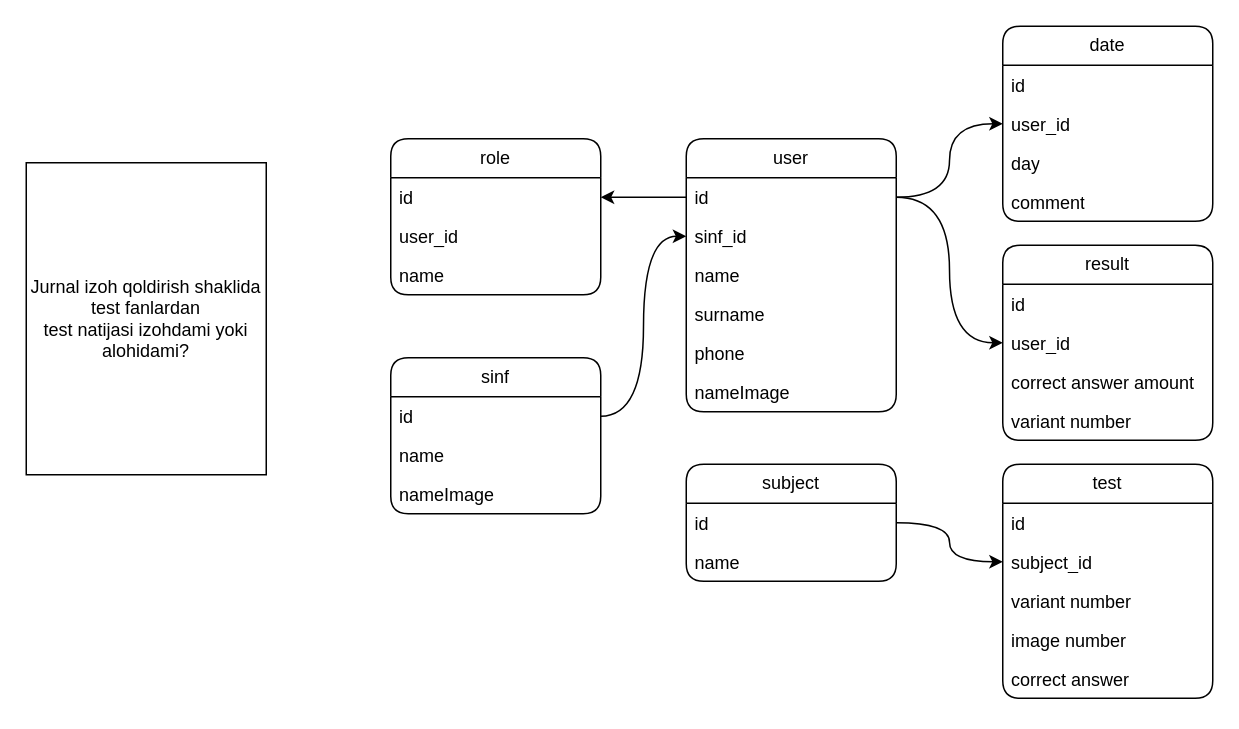
Above: Ixlos.drawio in MardonAslonov/DrawIo (draw.io), before the change. Source tidied: cells renumbered, new cells numbered last; positions are measured from the earlier drawing's top-left corner, leaving out a move shared by most shapes. Both pictures are drawn from the tidied source at 150%, with x=0, y=0 at pixel (26, 26).
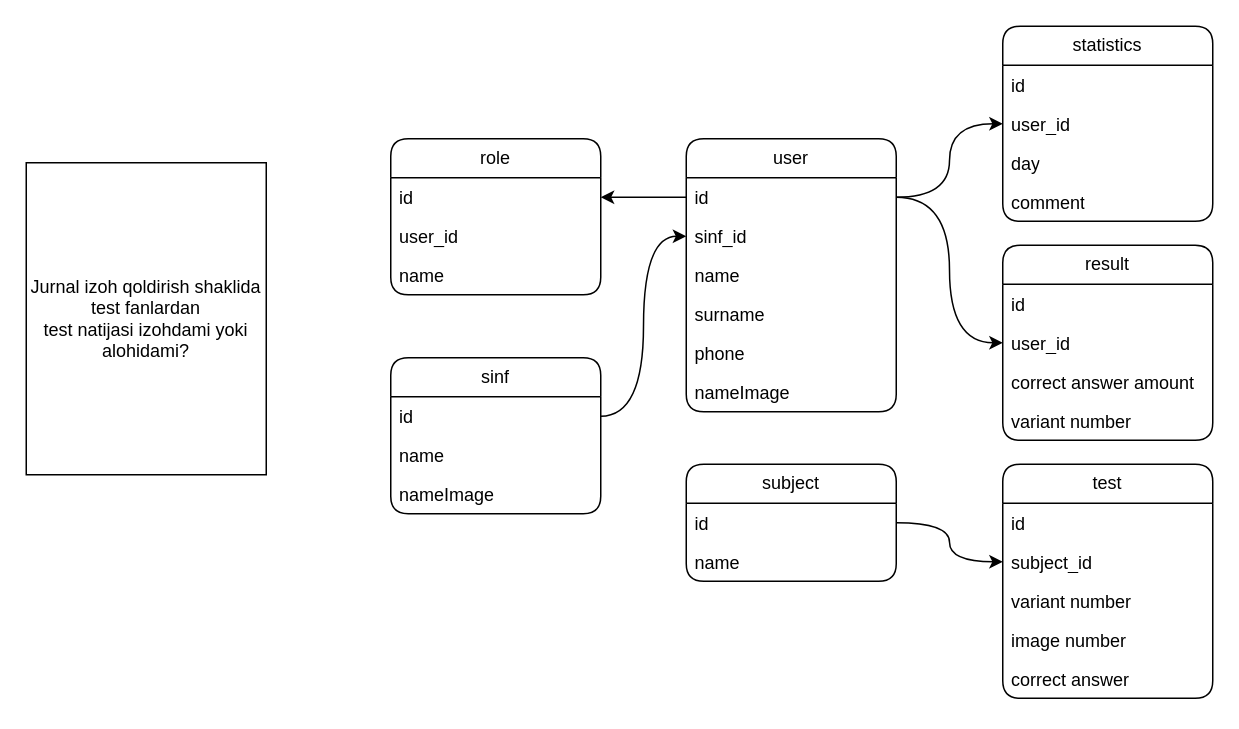
After the change.

Diff of the diagram source:
```diff
@@
-    <mxCell id="10" value="date" style="swimlane;fontStyle=0;horizontal=1;startSize=26;fillColor=none;whiteSpace=wrap;html=1;rounded=1;" parent="1" vertex="1">
+    <mxCell id="10" value="statistics" style="swimlane;fontStyle=0;horizontal=1;startSize=26;fillColor=none;whiteSpace=wrap;html=1;rounded=1;" parent="1" vertex="1">
       <mxGeometry x="651" width="140" height="130" as="geometry" />
     </mxCell>
```
